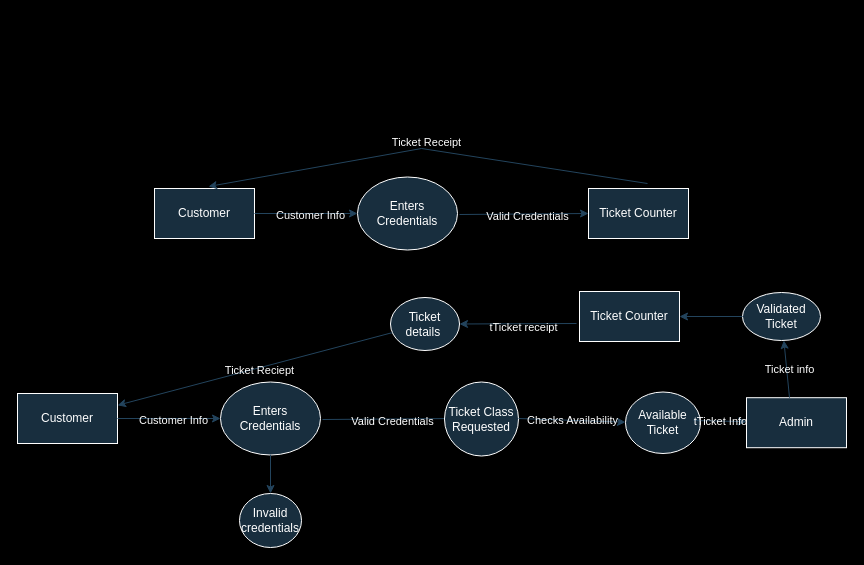
Before: page "Page-2" (2 of 3) of SAD SAM/logic&dfd.drawio in therealsamrajya/5th-sem, a draw.io diagram. Source tidied: cells renumbered, new cells numbered last; positions are measured from the earlier drawing's top-left corner, leaving out a move shared by most shapes. Both pictures are drawn from the tidied source at 100%, with x=0, y=0 at pixel (17, 148).
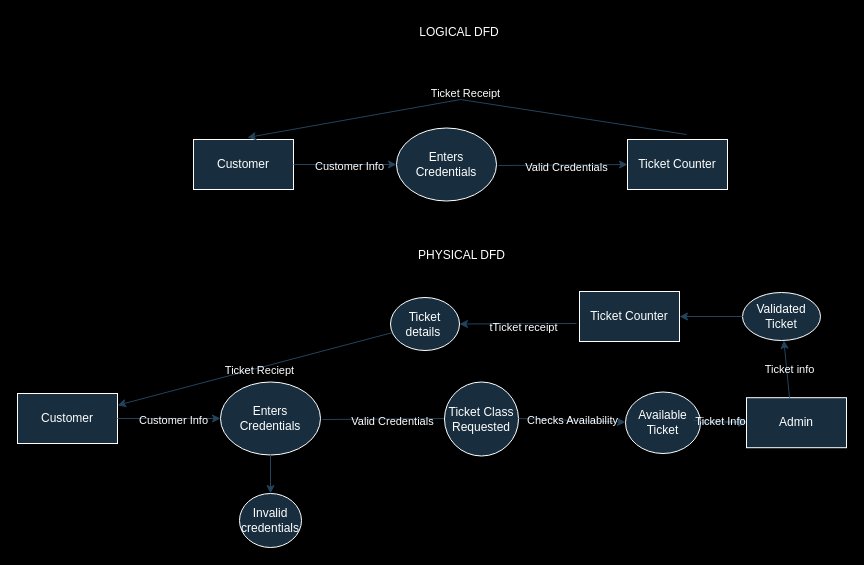
The same diagram, later.

Unchanged cells that the change refers to:
```xml
<mxCell id="22" value="Available Ticket" style="shape=ellipse;html=1;dashed=0;whiteSpace=wrap;perimeter=ellipsePerimeter;labelBackgroundColor=none;fillColor=#182E3E;strokeColor=#FFFFFF;fontColor=#FFFFFF;" parent="1" vertex="1">
  <mxGeometry x="608" y="243.5" width="75" height="61.5" as="geometry" />
</mxCell>
<mxCell id="23" value="Admin" style="html=1;dashed=0;whiteSpace=wrap;labelBackgroundColor=none;fillColor=#182E3E;strokeColor=#FFFFFF;fontColor=#FFFFFF;" parent="1" vertex="1">
  <mxGeometry x="729" y="249.2" width="100" height="50" as="geometry" />
</mxCell>
<mxCell id="24" style="endArrow=classic;html=1;rounded=0;labelBackgroundColor=none;strokeColor=#23445D;fontColor=default;" parent="1" edge="1" target="23">
  <mxGeometry relative="1" as="geometry">
    <mxPoint x="676" y="272" as="sourcePoint" />
  </mxGeometry>
</mxCell>
```

Change to the diagram source:
```diff
@@
     <mxCell id="2" value="Customer" style="html=1;dashed=0;whiteSpace=wrap;labelBackgroundColor=none;fillColor=#182E3E;strokeColor=#FFFFFF;fontColor=#FFFFFF;" parent="1" vertex="1">
-      <mxGeometry x="137" y="40" width="100" height="50" as="geometry" />
+      <mxGeometry x="176" y="-9" width="100" height="50" as="geometry" />
     </mxCell>
     <mxCell id="3" value="Enters Credentials" style="shape=ellipse;html=1;dashed=0;whiteSpace=wrap;perimeter=ellipsePerimeter;labelBackgroundColor=none;fillColor=#182E3E;strokeColor=#FFFFFF;fontColor=#FFFFFF;" parent="1" vertex="1">
-      <mxGeometry x="340" y="28.5" width="100" height="73" as="geometry" />
+      <mxGeometry x="379" y="-20.5" width="100" height="73" as="geometry" />
     </mxCell>
     <mxCell id="4" style="endArrow=classic;html=1;rounded=0;entryX=0;entryY=0.5;entryDx=0;entryDy=0;exitX=1;exitY=0.5;exitDx=0;exitDy=0;labelBackgroundColor=none;strokeColor=#23445D;fontColor=default;" parent="1" edge="1">
       <mxGeometry relative="1" as="geometry">
-        <mxPoint x="237" y="65" as="sourcePoint" />
-        <mxPoint x="340" y="65" as="targetPoint" />
+        <mxPoint x="276" y="16" as="sourcePoint" />
+        <mxPoint x="379" y="16" as="targetPoint" />
       </mxGeometry>
     </mxCell>
@@
     <mxCell id="6" style="endArrow=classic;html=1;rounded=0;entryX=0;entryY=0.5;entryDx=0;entryDy=0;labelBackgroundColor=none;strokeColor=#23445D;fontColor=default;" parent="1" edge="1">
       <mxGeometry relative="1" as="geometry">
-        <mxPoint x="442" y="66" as="sourcePoint" />
-        <mxPoint x="571" y="65" as="targetPoint" />
+        <mxPoint x="481" y="17" as="sourcePoint" />
+        <mxPoint x="610" y="16" as="targetPoint" />
       </mxGeometry>
     </mxCell>
@@
     <mxCell id="8" value="Ticket Counter" style="html=1;dashed=0;whiteSpace=wrap;labelBackgroundColor=none;fillColor=#182E3E;strokeColor=#FFFFFF;fontColor=#FFFFFF;" parent="1" vertex="1">
-      <mxGeometry x="571" y="40" width="100" height="50" as="geometry" />
+      <mxGeometry x="610" y="-9" width="100" height="50" as="geometry" />
     </mxCell>
     <mxCell id="9" style="endArrow=classic;html=1;rounded=0;labelBackgroundColor=none;strokeColor=#23445D;fontColor=default;" parent="1" edge="1">
       <mxGeometry relative="1" as="geometry">
-        <mxPoint x="630" y="35" as="sourcePoint" />
-        <mxPoint x="191" y="38" as="targetPoint" />
+        <mxPoint x="669" y="-14" as="sourcePoint" />
+        <mxPoint x="230" y="-11" as="targetPoint" />
         <Array as="points">
-          <mxPoint x="404" />
+          <mxPoint x="443" y="-49" />
         </Array>
       </mxGeometry>
     </mxCell>
@@
+    <mxCell id="36" style="edgeStyle=orthogonalEdgeStyle;rounded=0;jettySize=auto;html=1;strokeColor=#23445D;" parent="1" edge="1" source="22" target="23">
+      <mxGeometry relative="1" as="geometry" />
+    </mxCell>
@@
-    <mxCell id="25" value="tTicket Info" style="edgeLabel;html=1;align=center;verticalAlign=middle;labelBackgroundColor=none;fontColor=#FFFFFF;" parent="24" vertex="1">
+    <mxCell id="25" value="Ticket Info" style="edgeLabel;html=1;align=center;verticalAlign=middle;labelBackgroundColor=none;fontColor=#FFFFFF;" parent="24" vertex="1">
       <mxGeometry x="0.02" relative="1" as="geometry" />
     </mxCell>
@@
+    <mxCell id="37" value="LOGICAL DFD" style="text;html=1;strokeColor=none;fillColor=none;align=center;verticalAlign=middle;whiteSpace=wrap;rounded=0;fontColor=#FFFFFF;" parent="1" vertex="1">
+      <mxGeometry x="398" y="-131" width="88" height="30" as="geometry" />
+    </mxCell>
+    <mxCell id="38" value="PHYSICAL DFD" style="text;html=1;strokeColor=none;fillColor=none;align=center;verticalAlign=middle;whiteSpace=wrap;rounded=0;fontColor=#FFFFFF;" parent="1" vertex="1">
+      <mxGeometry x="398" y="92" width="93" height="30" as="geometry" />
+    </mxCell>
```
